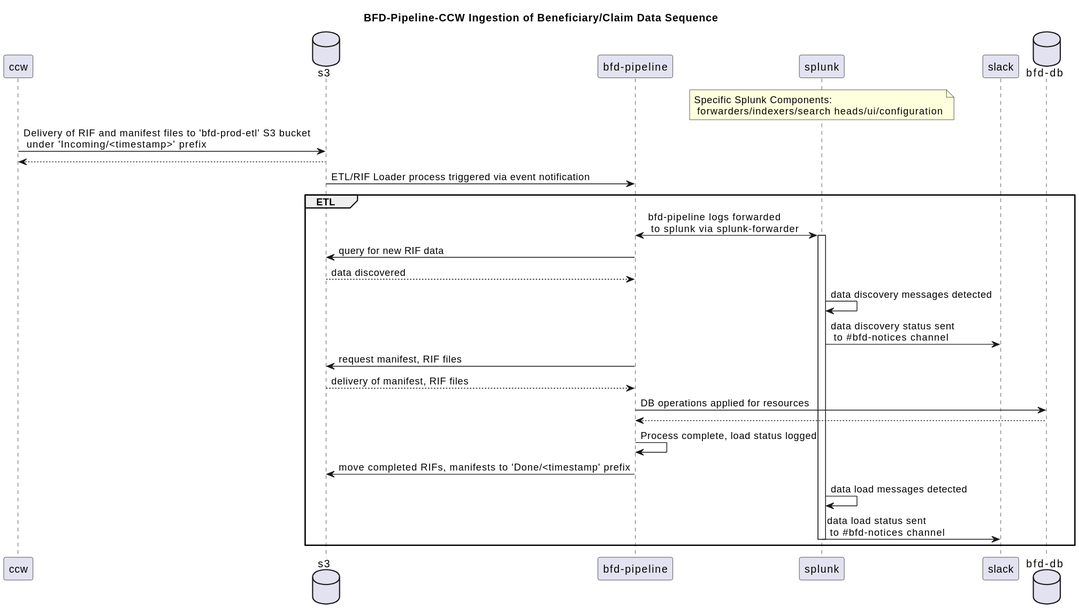
Earlier version of the PlantUML export docs/assets/fhir-resource-ingestion-digestion-diagrams/bfd-pipeline-ccw-ingestion.svg (CMSgov/beneficiary-fhir-data).
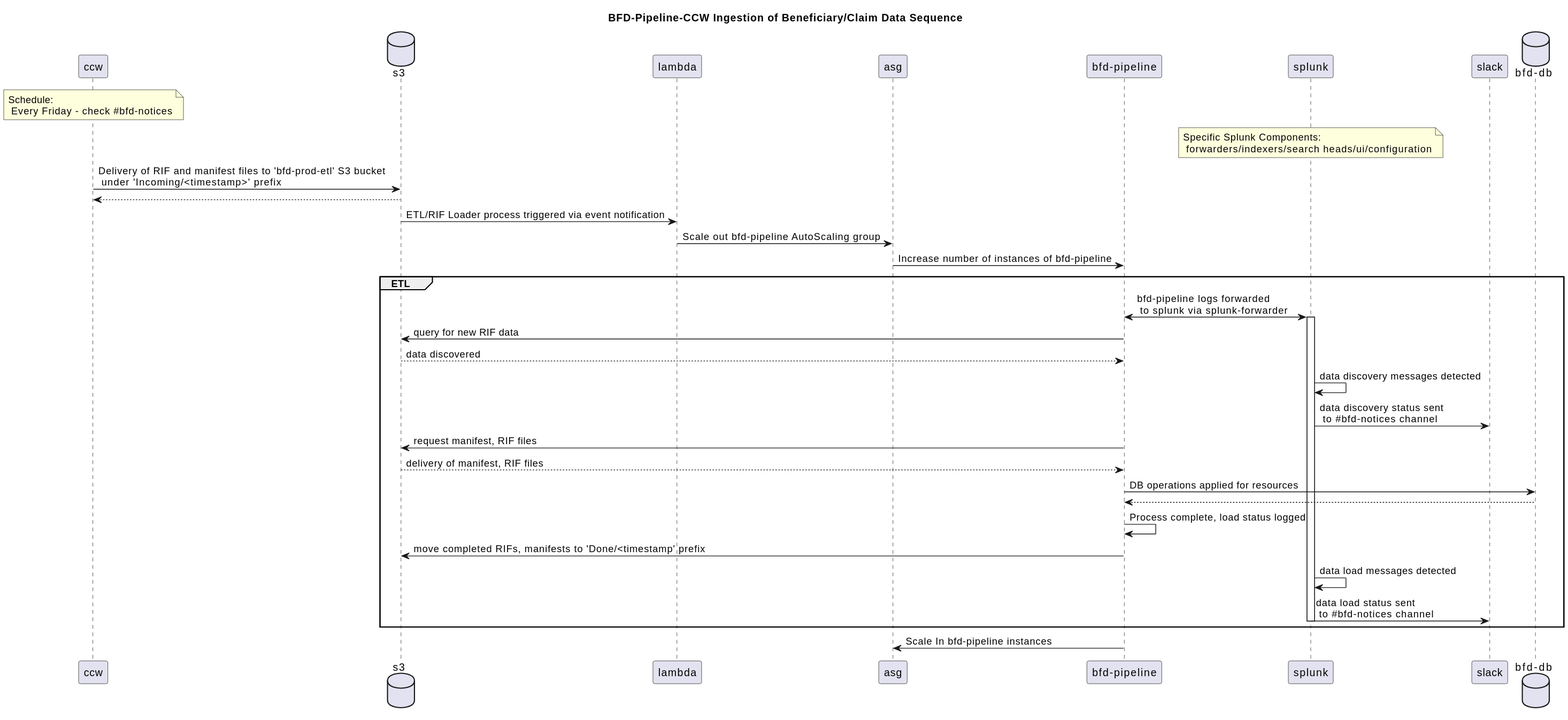
The same file after the commit.

Commit message:
Update README and update ccw ingestion schedule/signaling

Diff of the diagram source:
```diff
@@ -1,7 +1,10 @@
 @startuml
 title BFD-Pipeline-CCW Ingestion of Beneficiary/Claim Data Sequence
 participant ccw
+note over ccw: Schedule: \n Every Friday - check #bfd-notices
 database s3
+participant "lambda"
+participant "asg"
 participant "bfd-pipeline"
 participant splunk
 note over splunk: Specific Splunk Components: \n forwarders/indexers/search heads/ui/configuration
@@ -9,7 +12,9 @@
 database "bfd-db"
 ccw -> s3: Delivery of RIF and manifest files to 'bfd-prod-etl' S3 bucket \n under 'Incoming/<timestamp>' prefix
 s3 --> ccw
-s3 -> "bfd-pipeline": ETL/RIF Loader process triggered via event notification
+s3 -> "lambda": ETL/RIF Loader process triggered via event notification
+"lambda" -> "asg": Scale out  bfd-pipeline AutoScaling group
+"asg" -> "bfd-pipeline": Increase number of instances of bfd-pipeline
 group ETL
 "bfd-pipeline" <-> splunk: bfd-pipeline logs forwarded \n to splunk via splunk-forwarder
 activate splunk
@@ -27,4 +32,5 @@
 splunk -> slack: data load status sent \n to #bfd-notices channel
 deactivate splunk
 end
+"bfd-pipeline" -> "asg": Scale In bfd-pipeline instances
 @enduml
```
